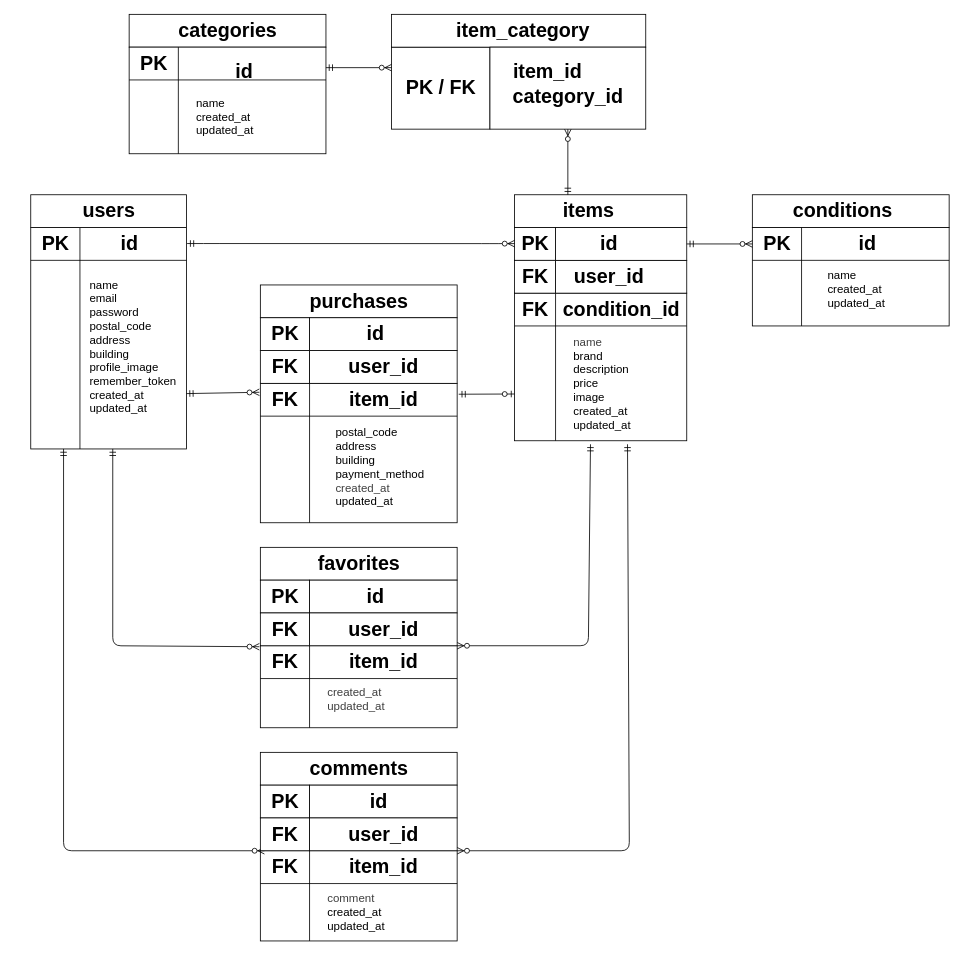
Before: page "ER図" (2 of 2) of er.drawio in Ayumi1809/flea-market-app, a draw.io diagram. Source tidied: cells renumbered, new cells numbered last; positions are measured from the earlier drawing's top-left corner, leaving out a move shared by most shapes. Both pictures are drawn from the tidied source at 82%, with x=0, y=0 at pixel (14, 14).
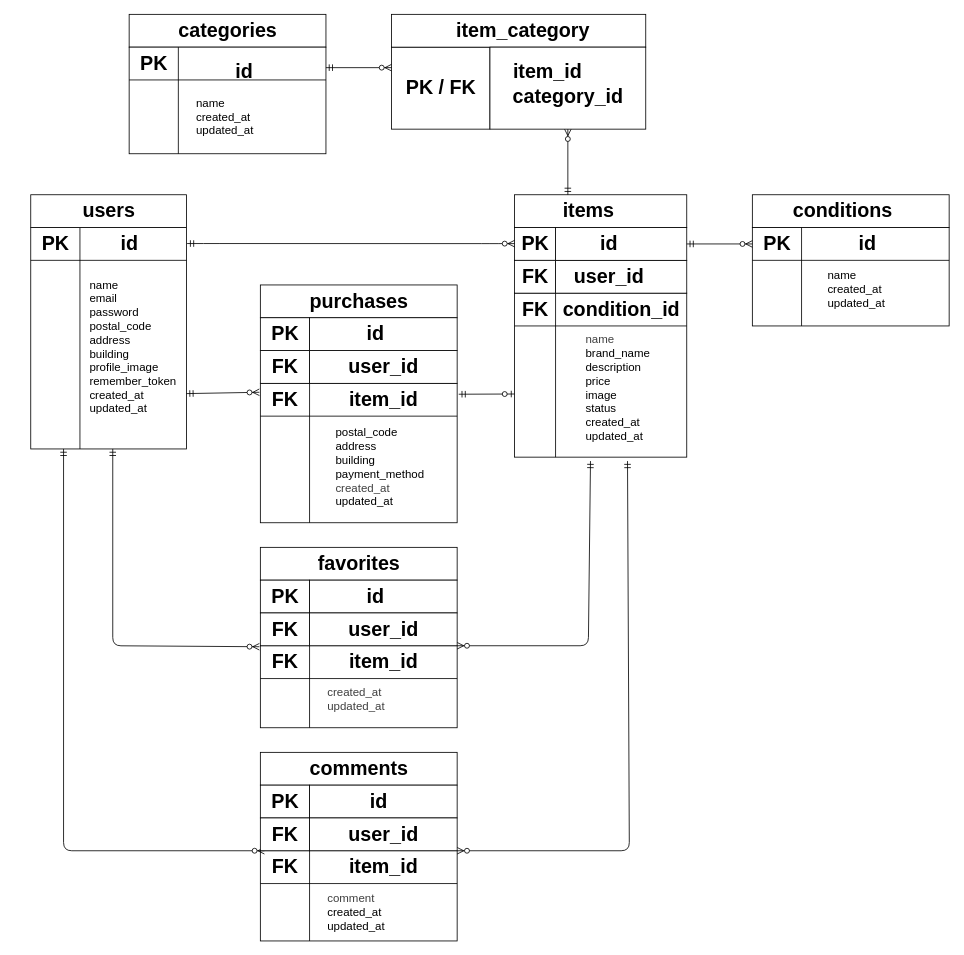
Above is the later version.

What changed in the source:
```diff
@@
     <mxCell id="13" style="shape=internalStorage;whiteSpace=wrap;html=1;backgroundOutline=1;dx=50;dy=40;" parent="1" vertex="1">
-      <mxGeometry x="610" y="340" width="210" height="180" as="geometry" />
+      <mxGeometry x="610" y="340" width="210" height="200" as="geometry" />
     </mxCell>
@@
-    <mxCell id="23" value="&lt;div&gt;&lt;span style=&quot;color: rgb(63, 63, 63); background-color: transparent;&quot;&gt;name&lt;/span&gt;&lt;/div&gt;&lt;div&gt;brand&lt;/div&gt;&lt;div&gt;description&lt;/div&gt;&lt;div&gt;price&lt;/div&gt;&lt;div&gt;image&lt;/div&gt;&lt;div&gt;created_at&lt;/div&gt;&lt;div&gt;updated_at&lt;/div&gt;" style="text;html=1;align=left;verticalAlign=middle;whiteSpace=wrap;rounded=0;fontSize=14;" parent="1" vertex="1">
-      <mxGeometry x="680" y="435" width="60" height="30" as="geometry" />
+    <mxCell id="23" value="&lt;div&gt;&lt;span style=&quot;color: rgb(63, 63, 63); background-color: transparent;&quot;&gt;name&lt;/span&gt;&lt;/div&gt;&lt;div&gt;brand_name&lt;/div&gt;&lt;div&gt;description&lt;/div&gt;&lt;div&gt;price&lt;/div&gt;&lt;div&gt;image&lt;/div&gt;&lt;div&gt;status&lt;/div&gt;&lt;div&gt;created_at&lt;/div&gt;&lt;div&gt;updated_at&lt;/div&gt;" style="text;html=1;align=left;verticalAlign=middle;whiteSpace=wrap;rounded=0;fontSize=14;" parent="1" vertex="1">
+      <mxGeometry x="695" y="440" width="60" height="30" as="geometry" />
     </mxCell>
```
